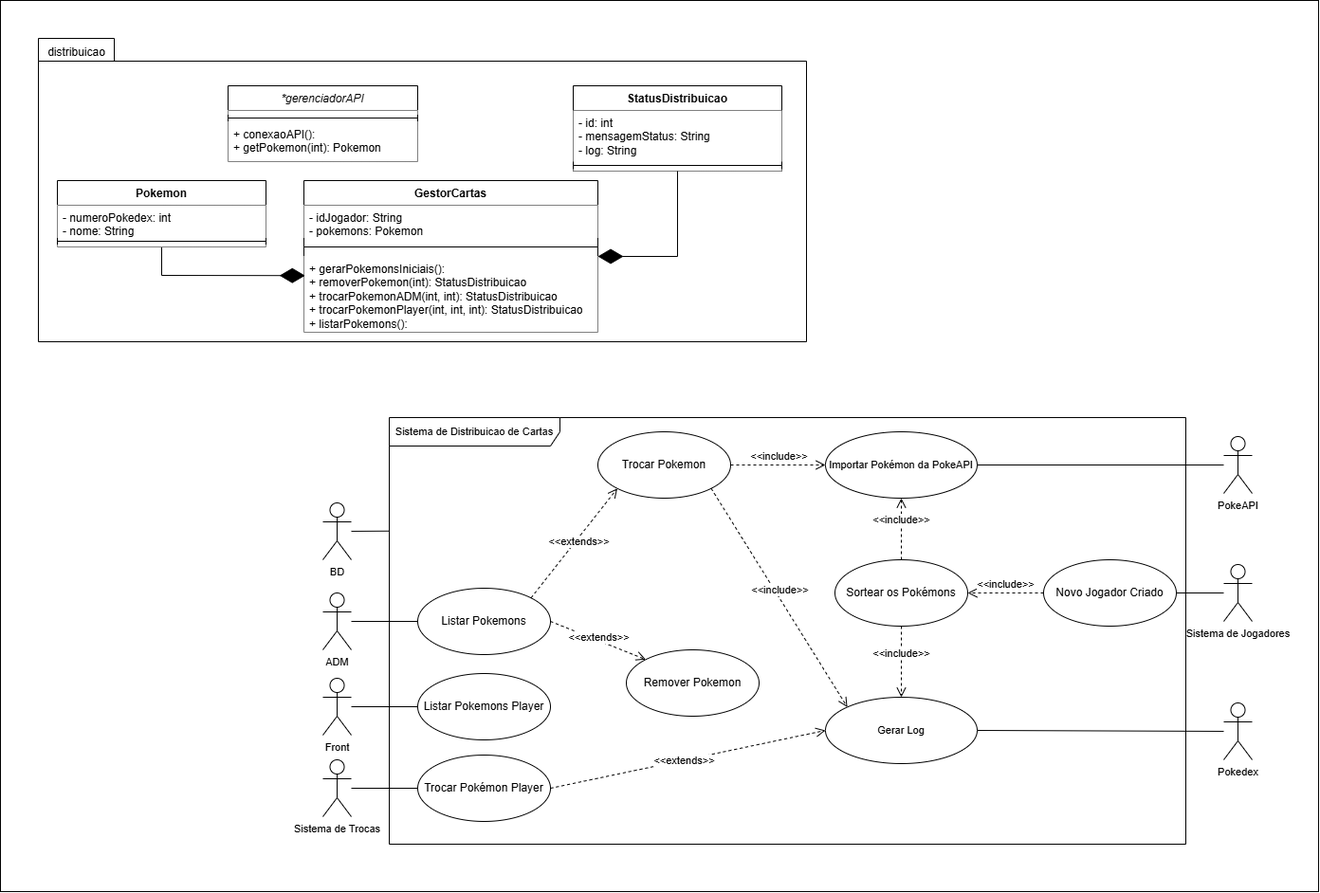
The draw.io diagram documentacao/UML/UML_tema_2.drawio.png in Inatel-S03-2025-2/distribuicao-de-cartas, before a commit. Source tidied: cells renumbered, new cells last; positions are measured from the earlier drawing's top-left corner, leaving out a move shared by most shapes.
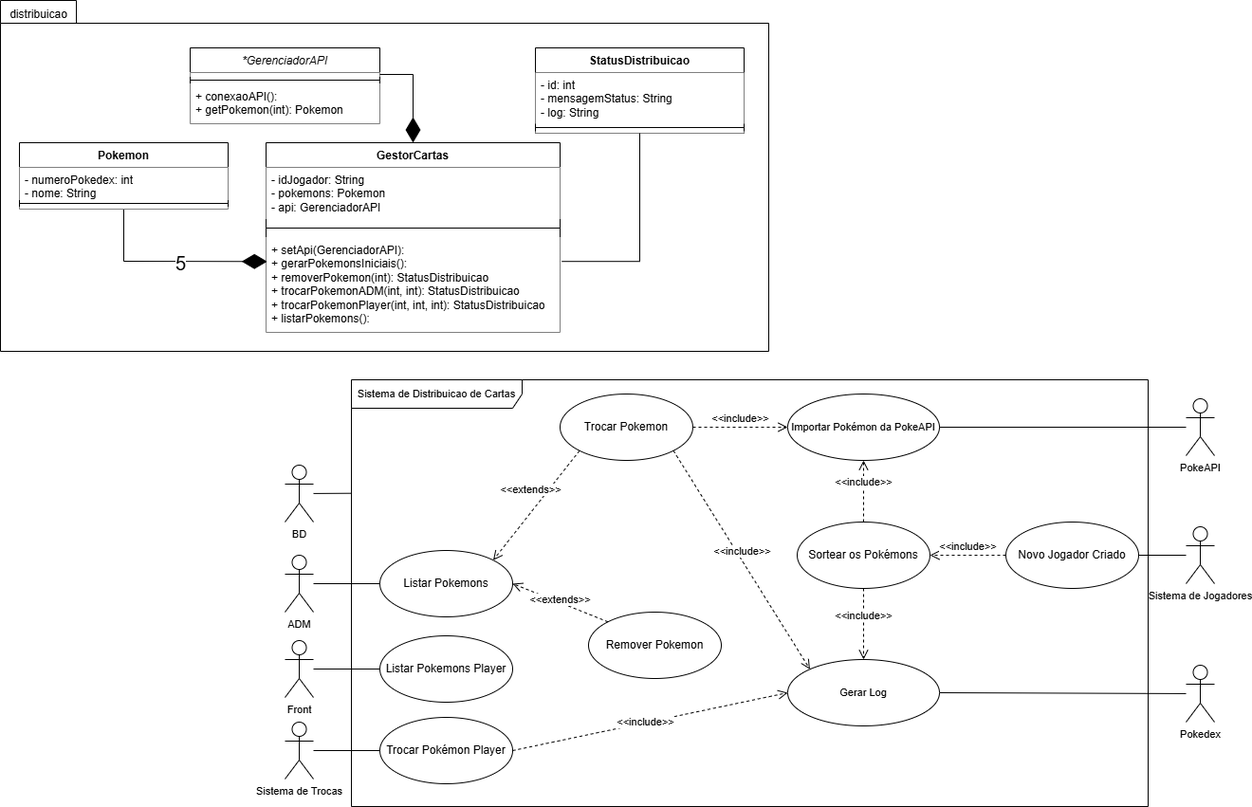
The same diagram one commit later.

Commit message:
docs: atualizando UML

What changed in the source:
```diff
@@ -2,14 +2,11 @@
   <root>
     <mxCell id="0" />
     <mxCell id="1" parent="0" />
-    <mxCell id="2" style="rounded=0;whiteSpace=wrap;html=1;" parent="1" vertex="1">
-      <mxGeometry width="1390" height="940" as="geometry" />
-    </mxCell>
     <mxCell id="3" value="Sistema de Distribuicao de Cartas" style="shape=umlFrame;whiteSpace=wrap;html=1;fontFamily=Helvetica;fontSize=11;fontColor=default;labelBackgroundColor=default;width=180;height=30;swimlaneFillColor=default;" parent="1" vertex="1">
       <mxGeometry x="410" y="440" width="840" height="450" as="geometry" />
     </mxCell>
     <mxCell id="4" style="shape=folder;fontStyle=1;spacingTop=10;tabWidth=80;tabHeight=24;tabPosition=left;html=1;whiteSpace=wrap;" parent="1" vertex="1">
-      <mxGeometry x="40" y="40" width="810" height="320" as="geometry" />
+      <mxGeometry x="40" y="40" width="810" height="370" as="geometry" />
     </mxCell>
     <mxCell id="5" value="Sortear os Pokémons" style="ellipse;whiteSpace=wrap;html=1;" parent="1" vertex="1">
       <mxGeometry x="880" y="590" width="140" height="70" as="geometry" />
@@ -35,10 +32,8 @@
     <mxCell id="12" value="Listar Pokemons" style="ellipse;whiteSpace=wrap;html=1;" parent="1" vertex="1">
       <mxGeometry x="440" y="620" width="140" height="70" as="geometry" />
     </mxCell>
-    <mxCell id="13" value="&amp;lt;&amp;lt;extends&amp;gt;&amp;gt;" style="html=1;verticalAlign=bottom;endArrow=open;dashed=1;endSize=8;curved=0;rounded=0;strokeColor=default;align=center;fontFamily=Helvetica;fontSize=11;fontColor=default;labelBackgroundColor=default;exitX=1;exitY=0.5;exitDx=0;exitDy=0;entryX=0;entryY=0;entryDx=0;entryDy=0;" parent="1" edge="1" source="12" target="9">
-      <mxGeometry x="0.03" y="-4" relative="1" as="geometry">
-        <mxPoint y="1" as="offset" />
-      </mxGeometry>
+    <mxCell id="13" value="&amp;lt;&amp;lt;extends&amp;gt;&amp;gt;" style="html=1;verticalAlign=bottom;endArrow=open;dashed=1;endSize=8;curved=0;rounded=0;strokeColor=default;align=center;fontFamily=Helvetica;fontSize=11;fontColor=default;labelBackgroundColor=default;exitX=0;exitY=0;exitDx=0;exitDy=0;entryX=1;entryY=0.5;entryDx=0;entryDy=0;" parent="1" edge="1" source="9" target="12">
+      <mxGeometry x="-0.03" y="5" relative="1" as="geometry" />
     </mxCell>
     <mxCell id="14" value="&amp;lt;&amp;lt;include&lt;span style=&quot;background-color: light-dark(#ffffff, var(--ge-dark-color, #121212)); color: light-dark(rgb(0, 0, 0), rgb(255, 255, 255));&quot;&gt;&amp;gt;&amp;gt;&lt;/span&gt;" style="html=1;verticalAlign=bottom;endArrow=open;dashed=1;endSize=8;curved=0;rounded=0;strokeColor=default;align=center;fontFamily=Helvetica;fontSize=11;fontColor=default;labelBackgroundColor=default;entryX=0.5;entryY=1;entryDx=0;entryDy=0;exitX=0.5;exitY=0;exitDx=0;exitDy=0;" parent="1" edge="1" source="5" target="6">
       <mxGeometry relative="1" as="geometry" />
@@ -55,7 +50,7 @@
     <mxCell id="18" value="Trocar Pokemon" style="ellipse;whiteSpace=wrap;html=1;" parent="1" vertex="1">
       <mxGeometry x="630" y="455" width="140" height="70" as="geometry" />
     </mxCell>
-    <mxCell id="19" value="&amp;lt;&amp;lt;extends&amp;gt;&amp;gt;" style="html=1;verticalAlign=bottom;endArrow=open;dashed=1;endSize=8;curved=0;rounded=0;strokeColor=default;align=center;fontFamily=Helvetica;fontSize=11;fontColor=default;labelBackgroundColor=default;entryX=0;entryY=1;entryDx=0;entryDy=0;exitX=1;exitY=0;exitDx=0;exitDy=0;" parent="1" edge="1" source="12" target="18">
+    <mxCell id="19" value="&amp;lt;&amp;lt;extends&amp;gt;&amp;gt;" style="html=1;verticalAlign=bottom;endArrow=open;dashed=1;endSize=8;curved=0;rounded=0;strokeColor=default;align=center;fontFamily=Helvetica;fontSize=11;fontColor=default;labelBackgroundColor=default;entryX=1;entryY=0;entryDx=0;entryDy=0;exitX=0;exitY=1;exitDx=0;exitDy=0;" parent="1" edge="1" source="18" target="12">
       <mxGeometry x="-0.04" y="-9" relative="1" as="geometry" />
     </mxCell>
     <mxCell id="20" value="&amp;lt;&amp;lt;include&lt;span style=&quot;background-color: light-dark(#ffffff, var(--ge-dark-color, #121212)); color: light-dark(rgb(0, 0, 0), rgb(255, 255, 255));&quot;&gt;&amp;gt;&amp;gt;&lt;/span&gt;" style="html=1;verticalAlign=bottom;endArrow=open;dashed=1;endSize=8;curved=0;rounded=0;strokeColor=default;align=center;fontFamily=Helvetica;fontSize=11;fontColor=default;labelBackgroundColor=default;exitX=1;exitY=0.5;exitDx=0;exitDy=0;" parent="1" edge="1" source="18" target="6">
@@ -74,18 +69,18 @@
       <mxGeometry x="340" y="530" width="30" height="60" as="geometry" />
     </mxCell>
     <mxCell id="25" value="GestorCartas" style="swimlane;fontStyle=1;align=center;verticalAlign=top;horizontal=1;startSize=26;whiteSpace=wrap;html=1;" parent="1" vertex="1">
-      <mxGeometry x="320" y="190" width="310" height="160" as="geometry" />
+      <mxGeometry x="320" y="190" width="310" height="200" as="geometry" />
     </mxCell>
-    <mxCell id="26" value="&lt;div&gt;- idJogador: String&lt;/div&gt;- pokemons: Pokemon" style="text;align=left;verticalAlign=top;spacingLeft=4;spacingRight=4;overflow=hidden;whiteSpace=wrap;html=1;fillColor=default;" parent="25" vertex="1">
-      <mxGeometry y="26" width="310" height="34" as="geometry" />
+    <mxCell id="26" value="&lt;div&gt;- idJogador: String&lt;/div&gt;- pokemons: Pokemon&lt;div&gt;- api: GerenciadorAPI&lt;/div&gt;" style="text;align=left;verticalAlign=top;spacingLeft=4;spacingRight=4;overflow=hidden;whiteSpace=wrap;html=1;fillColor=default;" parent="25" vertex="1">
+      <mxGeometry y="26" width="310" height="54" as="geometry" />
     </mxCell>
     <mxCell id="27" style="line;strokeWidth=1;fillColor=none;align=left;verticalAlign=middle;spacingTop=-1;spacingLeft=3;spacingRight=3;labelPosition=right;strokeColor=inherit;" parent="25" vertex="1">
-      <mxGeometry y="60" width="310" height="20" as="geometry" />
+      <mxGeometry y="80" width="310" height="20" as="geometry" />
     </mxCell>
-    <mxCell id="28" value="+ gerarPokemonsIniciais():&lt;br&gt;&lt;div&gt;&lt;span style=&quot;background-color: transparent; color: light-dark(rgb(0, 0, 0), rgb(255, 255, 255));&quot;&gt;+&lt;/span&gt;&lt;span style=&quot;background-color: transparent; color: light-dark(rgb(0, 0, 0), rgb(255, 255, 255));&quot;&gt;&amp;nbsp;&lt;/span&gt;removerPokemon(int): StatusDistribuicao&lt;/div&gt;&lt;div&gt;&lt;span style=&quot;background-color: transparent; color: light-dark(rgb(0, 0, 0), rgb(255, 255, 255));&quot;&gt;+&lt;/span&gt;&lt;span style=&quot;background-color: transparent; color: light-dark(rgb(0, 0, 0), rgb(255, 255, 255));&quot;&gt;&amp;nbsp;&lt;/span&gt;trocarPokemonADM(int, int):&amp;nbsp;&lt;span style=&quot;background-color: transparent; color: light-dark(rgb(0, 0, 0), rgb(255, 255, 255));&quot;&gt;StatusDistribuicao&lt;/span&gt;&lt;/div&gt;&lt;div&gt;&lt;span style=&quot;background-color: transparent; color: light-dark(rgb(0, 0, 0), rgb(255, 255, 255));&quot;&gt;+&lt;/span&gt;&lt;span style=&quot;background-color: transparent; color: light-dark(rgb(0, 0, 0), rgb(255, 255, 255));&quot;&gt;&amp;nbsp;&lt;/span&gt;trocarPokemonPlayer(int, int, int):&amp;nbsp;&lt;span style=&quot;background-color: transparent; color: light-dark(rgb(0, 0, 0), rgb(255, 255, 255));&quot;&gt;StatusDistribuicao&lt;/span&gt;&lt;/div&gt;&lt;div&gt;&lt;span style=&quot;background-color: transparent; color: light-dark(rgb(0, 0, 0), rgb(255, 255, 255));&quot;&gt;+&lt;/span&gt;&lt;span style=&quot;background-color: transparent; color: light-dark(rgb(0, 0, 0), rgb(255, 255, 255));&quot;&gt;&amp;nbsp;&lt;/span&gt;&lt;span style=&quot;background-color: transparent; color: light-dark(rgb(0, 0, 0), rgb(255, 255, 255));&quot;&gt;listarPokemons():&lt;/span&gt;&lt;/div&gt;&lt;div&gt;&lt;br&gt;&lt;/div&gt;" style="text;align=left;verticalAlign=top;spacingLeft=4;spacingRight=4;overflow=hidden;points=[[0,0.5],[1,0.5]];portConstraint=eastwest;whiteSpace=wrap;html=1;fillColor=default;" parent="25" vertex="1">
-      <mxGeometry y="80" width="310" height="80" as="geometry" />
+    <mxCell id="28" value="+ setApi(GerenciadorAPI):&lt;br&gt;+ gerarPokemonsIniciais():&lt;br&gt;&lt;div&gt;&lt;span style=&quot;background-color: transparent; color: light-dark(rgb(0, 0, 0), rgb(255, 255, 255));&quot;&gt;+&lt;/span&gt;&lt;span style=&quot;background-color: transparent; color: light-dark(rgb(0, 0, 0), rgb(255, 255, 255));&quot;&gt;&amp;nbsp;&lt;/span&gt;removerPokemon(int): StatusDistribuicao&lt;/div&gt;&lt;div&gt;&lt;span style=&quot;background-color: transparent; color: light-dark(rgb(0, 0, 0), rgb(255, 255, 255));&quot;&gt;+&lt;/span&gt;&lt;span style=&quot;background-color: transparent; color: light-dark(rgb(0, 0, 0), rgb(255, 255, 255));&quot;&gt;&amp;nbsp;&lt;/span&gt;trocarPokemonADM(int, int):&amp;nbsp;&lt;span style=&quot;background-color: transparent; color: light-dark(rgb(0, 0, 0), rgb(255, 255, 255));&quot;&gt;StatusDistribuicao&lt;/span&gt;&lt;/div&gt;&lt;div&gt;&lt;span style=&quot;background-color: transparent; color: light-dark(rgb(0, 0, 0), rgb(255, 255, 255));&quot;&gt;+&lt;/span&gt;&lt;span style=&quot;background-color: transparent; color: light-dark(rgb(0, 0, 0), rgb(255, 255, 255));&quot;&gt;&amp;nbsp;&lt;/span&gt;trocarPokemonPlayer(int, int, int):&amp;nbsp;&lt;span style=&quot;background-color: transparent; color: light-dark(rgb(0, 0, 0), rgb(255, 255, 255));&quot;&gt;StatusDistribuicao&lt;/span&gt;&lt;/div&gt;&lt;div&gt;&lt;span style=&quot;background-color: transparent; color: light-dark(rgb(0, 0, 0), rgb(255, 255, 255));&quot;&gt;+&lt;/span&gt;&lt;span style=&quot;background-color: transparent; color: light-dark(rgb(0, 0, 0), rgb(255, 255, 255));&quot;&gt;&amp;nbsp;&lt;/span&gt;&lt;span style=&quot;background-color: transparent; color: light-dark(rgb(0, 0, 0), rgb(255, 255, 255));&quot;&gt;listarPokemons():&lt;/span&gt;&lt;/div&gt;&lt;div&gt;&lt;br&gt;&lt;/div&gt;" style="text;align=left;verticalAlign=top;spacingLeft=4;spacingRight=4;overflow=hidden;points=[[0,0.5],[1,0.5]];portConstraint=eastwest;whiteSpace=wrap;html=1;fillColor=default;" parent="25" vertex="1">
+      <mxGeometry y="100" width="310" height="100" as="geometry" />
     </mxCell>
-    <mxCell id="29" value="&lt;span style=&quot;font-weight: 400;&quot;&gt;&lt;i&gt;*gerenciadorAPI&lt;/i&gt;&lt;/span&gt;" style="swimlane;fontStyle=1;align=center;verticalAlign=top;horizontal=1;startSize=26;whiteSpace=wrap;html=1;" parent="1" vertex="1">
+    <mxCell id="29" value="&lt;span style=&quot;font-weight: 400;&quot;&gt;&lt;i&gt;*GerenciadorAPI&lt;/i&gt;&lt;/span&gt;" style="swimlane;fontStyle=1;align=center;verticalAlign=top;horizontal=1;startSize=26;whiteSpace=wrap;html=1;" parent="1" vertex="1">
       <mxGeometry x="240" y="90" width="200" height="80" as="geometry" />
     </mxCell>
     <mxCell id="30" style="text;align=left;verticalAlign=top;spacingLeft=4;spacingRight=4;overflow=hidden;points=[[0,0.5],[1,0.5]];portConstraint=eastwest;whiteSpace=wrap;html=1;fillColor=default;" parent="29" vertex="1">
@@ -142,23 +137,21 @@
     <mxCell id="47" value="&amp;lt;&amp;lt;include&lt;span style=&quot;background-color: light-dark(#ffffff, var(--ge-dark-color, #121212)); color: light-dark(rgb(0, 0, 0), rgb(255, 255, 255));&quot;&gt;&amp;gt;&amp;gt;&lt;/span&gt;" style="html=1;verticalAlign=bottom;endArrow=open;dashed=1;endSize=8;curved=0;rounded=0;strokeColor=default;align=center;fontFamily=Helvetica;fontSize=11;fontColor=default;labelBackgroundColor=default;exitX=0;exitY=0.5;exitDx=0;exitDy=0;" parent="1" edge="1" source="46" target="5">
       <mxGeometry relative="1" as="geometry" />
     </mxCell>
-    <mxCell id="48" style="endArrow=diamondThin;endFill=1;endSize=24;html=1;rounded=0;exitX=0.5;exitY=1;exitDx=0;exitDy=0;entryX=1;entryY=0.5;entryDx=0;entryDy=0;" parent="1" edge="1" source="34" target="25">
-      <mxGeometry relative="1" as="geometry">
-        <Array as="points">
-          <mxPoint x="714" y="270" />
-        </Array>
-      </mxGeometry>
-    </mxCell>
-    <mxCell id="49" value="&amp;lt;&amp;lt;extends&amp;gt;&amp;gt;" style="html=1;verticalAlign=bottom;endArrow=open;dashed=1;endSize=8;curved=0;rounded=0;strokeColor=default;align=center;fontFamily=Helvetica;fontSize=11;fontColor=default;labelBackgroundColor=default;exitX=1;exitY=0.5;exitDx=0;exitDy=0;entryX=0;entryY=0.5;entryDx=0;entryDy=0;" parent="1" edge="1" source="8" target="42">
-      <mxGeometry x="-0.04" y="-9" relative="1" as="geometry" />
+    <mxCell id="49" value="&amp;lt;&amp;lt;include&amp;gt;&amp;gt;" style="html=1;verticalAlign=bottom;endArrow=open;dashed=1;endSize=8;curved=0;rounded=0;strokeColor=default;align=center;fontFamily=Helvetica;fontSize=11;fontColor=default;labelBackgroundColor=default;entryX=0;entryY=0.5;entryDx=0;entryDy=0;exitX=1;exitY=0.5;exitDx=0;exitDy=0;" parent="1" edge="1" source="8" target="42">
+      <mxGeometry x="-0.05" y="-8" relative="1" as="geometry" />
     </mxCell>
     <mxCell id="50" style="endArrow=diamondThin;endFill=1;endSize=24;html=1;rounded=0;exitX=0.5;exitY=1;exitDx=0;exitDy=0;entryX=0.004;entryY=0.253;entryDx=0;entryDy=0;entryPerimeter=0;" parent="1" edge="1" source="51" target="28">
       <mxGeometry relative="1" as="geometry">
         <Array as="points">
-          <mxPoint x="170" y="290" />
+          <mxPoint x="170" y="315" />
         </Array>
       </mxGeometry>
     </mxCell>
+    <mxCell id="55" value="5" style="edgeLabel;html=1;align=center;verticalAlign=middle;fontSize=20;" parent="50" vertex="1">
+      <mxGeometry x="0.02" y="-1" relative="1" as="geometry">
+        <mxPoint x="10" as="offset" />
+      </mxGeometry>
+    </mxCell>
     <mxCell id="51" value="Pokemon" style="swimlane;fontStyle=1;align=center;verticalAlign=top;horizontal=1;startSize=26;whiteSpace=wrap;html=1;" parent="1" vertex="1">
       <mxGeometry x="60" y="190" width="220" height="70" as="geometry" />
     </mxCell>
@@ -171,5 +164,15 @@
     <mxCell id="54" value="&lt;div&gt;&lt;br&gt;&lt;/div&gt;" style="text;align=left;verticalAlign=top;spacingLeft=4;spacingRight=4;overflow=hidden;whiteSpace=wrap;html=1;fillColor=default;" parent="51" vertex="1">
       <mxGeometry y="68" width="220" height="2" as="geometry" />
     </mxCell>
+    <mxCell id="56" style="endArrow=diamondThin;endFill=1;endSize=24;html=1;rounded=0;entryX=0.5;entryY=0;entryDx=0;entryDy=0;exitX=1;exitY=0.5;exitDx=0;exitDy=0;" parent="1" edge="1" source="30" target="25">
+      <mxGeometry relative="1" as="geometry">
+        <Array as="points">
+          <mxPoint x="475" y="118" />
+        </Array>
+      </mxGeometry>
+    </mxCell>
+    <mxCell id="57" style="edgeStyle=orthogonalEdgeStyle;rounded=0;jettySize=auto;html=1;exitX=0.5;exitY=1;exitDx=0;exitDy=0;entryX=1.006;entryY=0.252;entryDx=0;entryDy=0;entryPerimeter=0;endArrow=none;startFill=0;" parent="1" edge="1" source="34" target="28">
+      <mxGeometry relative="1" as="geometry" />
+    </mxCell>
   </root>
 </mxGraphModel>
```
